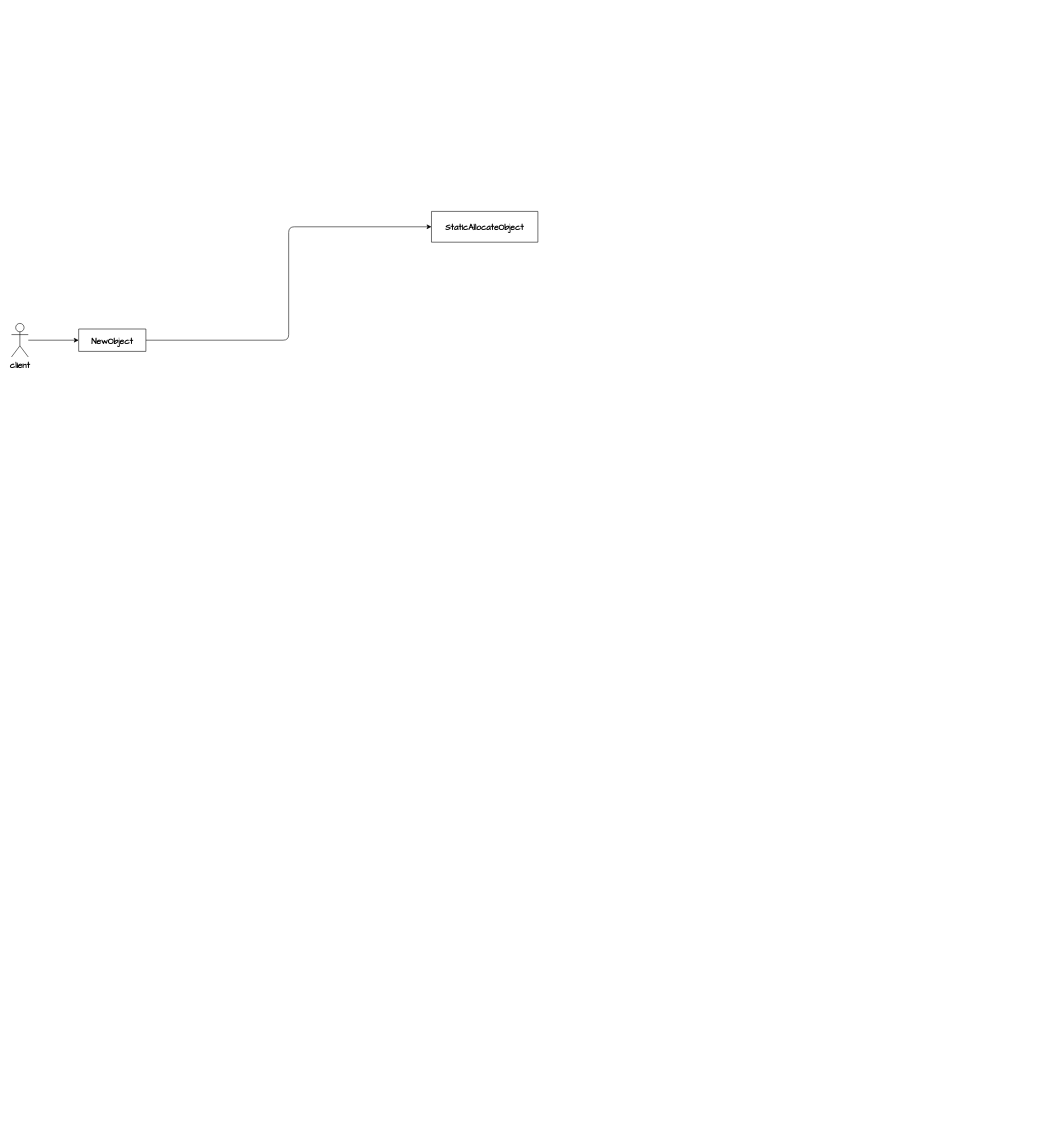
Before: page "生命周期" (13 of 17) of UE-InsightSource.drawio in phileas2020/Notes, a draw.io diagram. Source tidied: cells renumbered, new cells numbered last; positions are measured from the earlier drawing's top-left corner, leaving out a move shared by most shapes. Both pictures are drawn from the tidied source at 56%, with x=0, y=0 at pixel (11, 211).
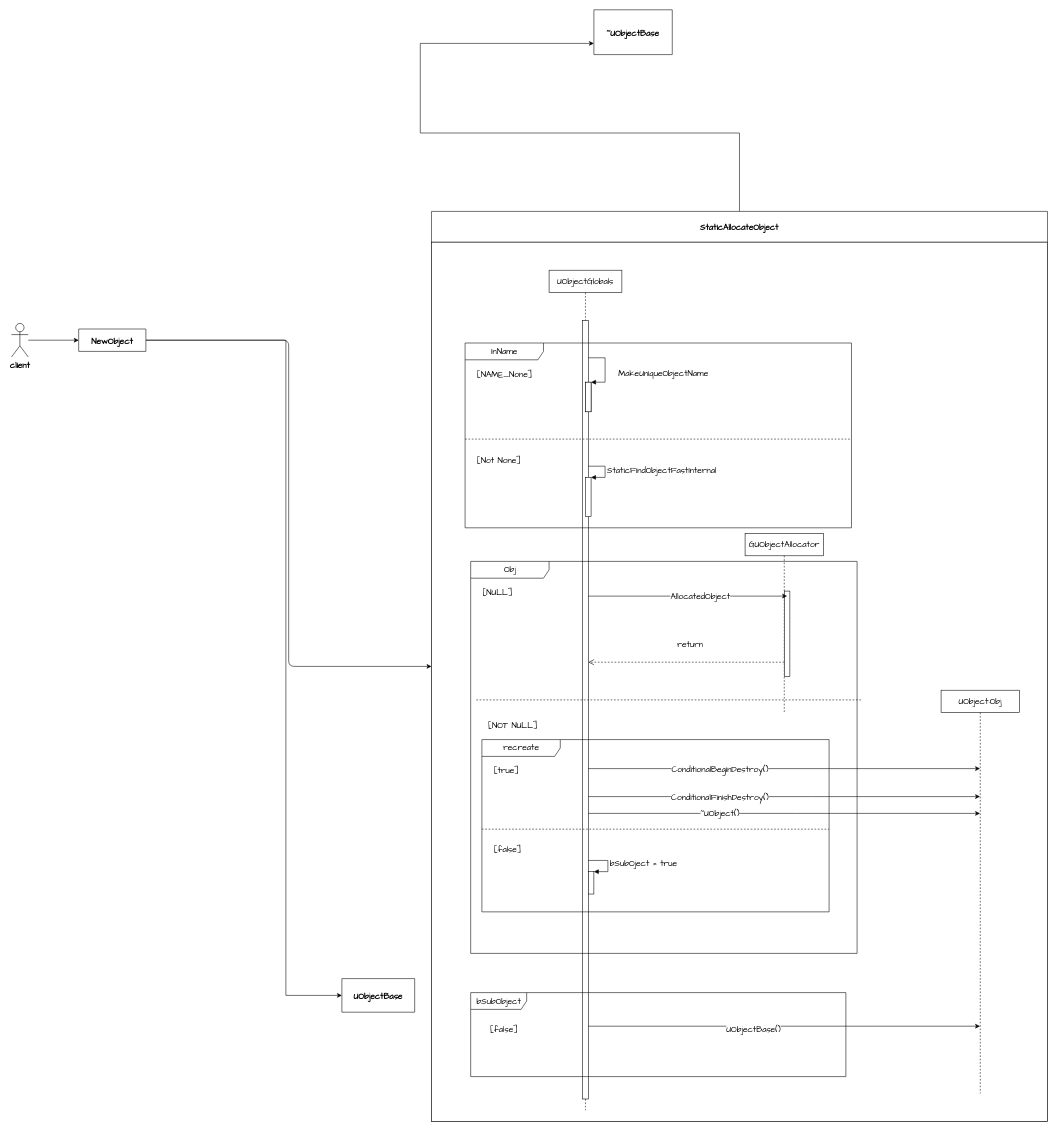
The same page after the edit.

Unchanged cells that the change refers to:
```xml
<mxCell id="5" value="NewObject" style="swimlane;fontFamily=Comic Sans MS;fontSize=15;startSize=40;" parent="1" vertex="1" collapsed="1">
  <mxGeometry x="120" y="210" width="120" height="40" as="geometry" />
</mxCell>
```

Change to the diagram source:
```diff
@@
+    <mxCell id="7" style="edgeStyle=orthogonalEdgeStyle;rounded=0;jettySize=auto;html=1;entryX=0;entryY=0.5;entryDx=0;entryDy=0;fontFamily=Comic Sans MS;fontSize=15;endArrow=classic;endFill=1;endSize=6;" parent="1" edge="1" source="5" target="8">
+      <mxGeometry relative="1" as="geometry">
+        <Array as="points">
+          <mxPoint x="490" y="230" />
+          <mxPoint x="490" y="1400" />
+        </Array>
+      </mxGeometry>
+    </mxCell>
@@
+    <mxCell id="8" value="UObjectBase" style="swimlane;fontFamily=Comic Sans MS;fontSize=15;startSize=60;" parent="1" vertex="1" collapsed="1">
+      <mxGeometry x="590" y="1370" width="130" height="60" as="geometry" />
+    </mxCell>
+    <mxCell id="9" style="edgeStyle=orthogonalEdgeStyle;rounded=0;jettySize=auto;html=1;entryX=0;entryY=0.75;entryDx=0;entryDy=0;fontFamily=Comic Sans MS;fontSize=15;endArrow=classic;endFill=1;endSize=6;" parent="1" edge="1" source="6" target="46">
+      <mxGeometry relative="1" as="geometry" />
+    </mxCell>
-    <mxCell id="6" value="StaticAllocateObject" style="swimlane;fontFamily=Comic Sans MS;fontSize=15;startSize=55;" parent="1" vertex="1" collapsed="1">
-      <mxGeometry x="750" width="190" height="55" as="geometry" />
+    <mxCell id="6" value="StaticAllocateObject" style="swimlane;fontFamily=Comic Sans MS;fontSize=15;startSize=55;" parent="1" vertex="1">
+      <mxGeometry x="750" width="1100" height="1625" as="geometry" />
     </mxCell>
+    <mxCell id="10" style="group;" parent="6" vertex="1">
+      <mxGeometry y="55" width="1100" height="1570" as="geometry" />
+    </mxCell>
+    <mxCell id="11" style="rounded=0;whiteSpace=wrap;html=1;fontFamily=Comic Sans MS;fontSize=15;" parent="10" vertex="1">
+      <mxGeometry width="1100" height="1570" as="geometry" />
+    </mxCell>
+    <mxCell id="12" value="GUObjectAllocator" style="shape=umlLifeline;perimeter=lifelinePerimeter;whiteSpace=wrap;html=1;fontFamily=Comic Sans MS;fontSize=15;" parent="10" vertex="1">
+      <mxGeometry x="560" y="520" width="140" height="320" as="geometry" />
+    </mxCell>
+    <mxCell id="13" value="UObjectGlobals" style="shape=umlLifeline;perimeter=lifelinePerimeter;whiteSpace=wrap;html=1;fontFamily=Comic Sans MS;fontSize=15;" parent="10" vertex="1">
+      <mxGeometry x="210" y="50" width="130" height="1500" as="geometry" />
+    </mxCell>
+    <mxCell id="14" style="html=1;points=[];perimeter=orthogonalPerimeter;fontFamily=Comic Sans MS;fontSize=15;" parent="13" vertex="1">
+      <mxGeometry x="60" y="90" width="10" height="1390" as="geometry" />
+    </mxCell>
+    <mxCell id="15" value="InName" style="shape=umlFrame;tabWidth=110;tabHeight=30;tabPosition=left;html=1;boundedLbl=1;labelInHeader=1;width=140;height=30;fontFamily=Comic Sans MS;fontSize=15;" parent="10" vertex="1">
+      <mxGeometry x="60" y="180" width="690" height="330" as="geometry" />
+    </mxCell>
+    <mxCell id="16" value="[NAME_None]" style="text;fontFamily=Comic Sans MS;fontSize=15;" parent="15" vertex="1">
+      <mxGeometry width="100" height="20" relative="1" as="geometry">
+        <mxPoint x="20" y="40" as="offset" />
+      </mxGeometry>
+    </mxCell>
+    <mxCell id="17" value="[Not None]" style="line;strokeWidth=1;dashed=1;labelPosition=center;verticalLabelPosition=bottom;align=left;verticalAlign=top;spacingLeft=20;spacingTop=15;fontFamily=Comic Sans MS;fontSize=15;" parent="15" vertex="1">
+      <mxGeometry y="165" width="690" height="13.2" as="geometry" />
+    </mxCell>
+    <mxCell id="18" style="html=1;points=[];perimeter=orthogonalPerimeter;fontFamily=Comic Sans MS;fontSize=15;" parent="15" vertex="1">
+      <mxGeometry x="215" y="70" width="10" height="52.8" as="geometry" />
+    </mxCell>
+    <mxCell id="19" value="MakeUniqueObjectName" style="edgeStyle=orthogonalEdgeStyle;html=1;align=left;spacingLeft=2;endArrow=block;rounded=0;entryX=1;entryY=0;fontFamily=Comic Sans MS;fontSize=15;" parent="15" edge="1" target="18">
+      <mxGeometry x="0.2" y="20" relative="1" as="geometry">
+        <mxPoint x="220" y="26.4" as="sourcePoint" />
+        <Array as="points">
+          <mxPoint x="250" y="26" />
+          <mxPoint x="250" y="70" />
+        </Array>
+      </mxGeometry>
+    </mxCell>
+    <mxCell id="20" style="html=1;points=[];perimeter=orthogonalPerimeter;fontFamily=Comic Sans MS;fontSize=15;" parent="15" vertex="1">
+      <mxGeometry x="215" y="240" width="10" height="70" as="geometry" />
+    </mxCell>
+    <mxCell id="21" value="StaticFindObjectFastInternal" style="edgeStyle=orthogonalEdgeStyle;html=1;align=left;spacingLeft=2;endArrow=block;rounded=0;entryX=1;entryY=0;fontFamily=Comic Sans MS;fontSize=15;" parent="15" edge="1" target="20">
+      <mxGeometry relative="1" as="geometry">
+        <mxPoint x="220" y="220" as="sourcePoint" />
+        <Array as="points">
+          <mxPoint x="250" y="220" />
+        </Array>
+      </mxGeometry>
+    </mxCell>
+    <mxCell id="22" style="html=1;perimeter=orthogonalPerimeter;fontFamily=Comic Sans MS;fontSize=15;" parent="15" vertex="1">
+      <mxGeometry x="215" y="70" width="10" height="52.8" as="geometry" />
+    </mxCell>
+    <mxCell id="23" value="Obj" style="shape=umlFrame;tabWidth=110;tabHeight=30;tabPosition=left;html=1;boundedLbl=1;labelInHeader=1;width=140;height=30;fontFamily=Comic Sans MS;fontSize=15;" parent="10" vertex="1">
+      <mxGeometry x="70" y="570" width="690" height="700" as="geometry" />
+    </mxCell>
+    <mxCell id="24" value="[NULL]" style="text;fontFamily=Comic Sans MS;fontSize=15;" parent="23" vertex="1">
+      <mxGeometry width="100" height="20" relative="1" as="geometry">
+        <mxPoint x="20" y="40" as="offset" />
+      </mxGeometry>
+    </mxCell>
+    <mxCell id="25" value="[NOT NULL]" style="line;strokeWidth=1;dashed=1;labelPosition=center;verticalLabelPosition=bottom;align=left;verticalAlign=top;spacingLeft=20;spacingTop=15;fontFamily=Comic Sans MS;fontSize=15;" parent="23" vertex="1">
+      <mxGeometry x="10" y="233.3" width="690" height="28" as="geometry" />
+    </mxCell>
+    <mxCell id="26" style="html=1;perimeter=orthogonalPerimeter;fontFamily=Comic Sans MS;fontSize=15;" parent="23" vertex="1">
+      <mxGeometry x="560" y="53" width="10" height="152.7" as="geometry" />
+    </mxCell>
+    <mxCell id="27" value="recreate" style="shape=umlFrame;tabWidth=110;tabHeight=30;tabPosition=left;html=1;boundedLbl=1;labelInHeader=1;width=140;height=30;fontFamily=Comic Sans MS;fontSize=15;" parent="23" vertex="1">
+      <mxGeometry x="20" y="318.2" width="620" height="307.6" as="geometry" />
+    </mxCell>
+    <mxCell id="28" value="[true]" style="text;fontFamily=Comic Sans MS;fontSize=15;" parent="27" vertex="1">
+      <mxGeometry width="100" height="20" relative="1" as="geometry">
+        <mxPoint x="20" y="40" as="offset" />
+      </mxGeometry>
+    </mxCell>
+    <mxCell id="29" value="[false]" style="line;strokeWidth=1;dashed=1;labelPosition=center;verticalLabelPosition=bottom;align=left;verticalAlign=top;spacingLeft=20;spacingTop=15;fontFamily=Comic Sans MS;fontSize=15;" parent="27" vertex="1">
+      <mxGeometry y="153.8" width="620" height="12.3" as="geometry" />
+    </mxCell>
+    <mxCell id="30" style="html=1;points=[];perimeter=orthogonalPerimeter;fontFamily=Comic Sans MS;fontSize=15;" parent="27" vertex="1">
+      <mxGeometry x="190" y="235.8" width="10" height="40" as="geometry" />
+    </mxCell>
+    <mxCell id="31" value="bSubOject = true" style="edgeStyle=orthogonalEdgeStyle;html=1;align=left;spacingLeft=2;endArrow=block;rounded=0;entryX=1;entryY=0;fontFamily=Comic Sans MS;fontSize=15;" parent="27" edge="1" target="30">
+      <mxGeometry relative="1" as="geometry">
+        <mxPoint x="190" y="215.8" as="sourcePoint" />
+        <Array as="points">
+          <mxPoint x="225" y="215.8" />
+        </Array>
+      </mxGeometry>
+    </mxCell>
+    <mxCell id="32" value="return" style="html=1;verticalAlign=bottom;endArrow=open;dashed=1;endSize=8;rounded=0;fontFamily=Comic Sans MS;fontSize=15;edgeStyle=orthogonalEdgeStyle;" parent="10" edge="1">
+      <mxGeometry x="-0.04" y="-20" relative="1" as="geometry">
+        <mxPoint x="630" y="750" as="sourcePoint" />
+        <mxPoint x="280" y="750" as="targetPoint" />
+        <Array as="points">
+          <mxPoint x="630" y="750" />
+          <mxPoint x="280" y="750" />
+        </Array>
+      </mxGeometry>
+    </mxCell>
+    <mxCell id="33" style="edgeStyle=orthogonalEdgeStyle;rounded=0;jettySize=auto;html=1;fontFamily=Comic Sans MS;fontSize=15;" parent="10" edge="1" source="14">
+      <mxGeometry relative="1" as="geometry">
+        <mxPoint x="635" y="632" as="targetPoint" />
+        <Array as="points">
+          <mxPoint x="580" y="632" />
+          <mxPoint x="580" y="632" />
+        </Array>
+      </mxGeometry>
+    </mxCell>
+    <mxCell id="34" value="AllocatedObject" style="edgeLabel;html=1;align=center;verticalAlign=middle;fontSize=15;fontFamily=Comic Sans MS;" parent="33" vertex="1">
+      <mxGeometry x="0.12" y="1" relative="1" as="geometry" />
+    </mxCell>
+    <mxCell id="35" value="UObject:Obj" style="shape=umlLifeline;perimeter=lifelinePerimeter;whiteSpace=wrap;html=1;outlineConnect=0;fontFamily=Comic Sans MS;fontSize=15;" parent="10" vertex="1">
+      <mxGeometry x="910" y="800" width="140" height="720" as="geometry" />
+    </mxCell>
+    <mxCell id="36" style="edgeStyle=orthogonalEdgeStyle;rounded=0;jettySize=auto;html=1;fontFamily=Comic Sans MS;fontSize=15;" parent="10" edge="1" source="14" target="35">
+      <mxGeometry relative="1" as="geometry">
+        <Array as="points">
+          <mxPoint x="500" y="940" />
+          <mxPoint x="500" y="940" />
+        </Array>
+      </mxGeometry>
+    </mxCell>
+    <mxCell id="37" value="ConditionalBeginDestroy()" style="edgeLabel;html=1;align=center;verticalAlign=middle;fontSize=15;fontFamily=Comic Sans MS;" parent="36" vertex="1">
+      <mxGeometry x="-0.33" relative="1" as="geometry" />
+    </mxCell>
+    <mxCell id="38" style="edgeStyle=orthogonalEdgeStyle;rounded=0;jettySize=auto;html=1;fontFamily=Comic Sans MS;fontSize=15;" parent="10" edge="1" source="14" target="35">
+      <mxGeometry relative="1" as="geometry">
+        <Array as="points">
+          <mxPoint x="680" y="990" />
+          <mxPoint x="680" y="990" />
+        </Array>
+      </mxGeometry>
+    </mxCell>
+    <mxCell id="39" value="ConditionalFinishDestroy()" style="edgeLabel;html=1;align=center;verticalAlign=middle;fontSize=15;fontFamily=Comic Sans MS;" parent="38" vertex="1">
+      <mxGeometry x="-0.33" relative="1" as="geometry" />
+    </mxCell>
+    <mxCell id="40" style="edgeStyle=orthogonalEdgeStyle;rounded=0;jettySize=auto;html=1;fontFamily=Comic Sans MS;fontSize=15;" parent="10" edge="1" source="14" target="35">
+      <mxGeometry relative="1" as="geometry">
+        <Array as="points">
+          <mxPoint x="650" y="1020" />
+          <mxPoint x="650" y="1020" />
+        </Array>
+      </mxGeometry>
+    </mxCell>
+    <mxCell id="41" value="~UObject()" style="edgeLabel;html=1;align=center;verticalAlign=middle;fontSize=15;fontFamily=Comic Sans MS;" parent="40" vertex="1">
+      <mxGeometry x="-0.33" relative="1" as="geometry" />
+    </mxCell>
+    <mxCell id="42" value="bSubObject" style="shape=umlFrame;tabPosition=left;html=1;boundedLbl=1;labelInHeader=1;width=100;height=30;fontFamily=Comic Sans MS;fontSize=15;" parent="10" vertex="1">
+      <mxGeometry x="70" y="1340" width="670" height="150" as="geometry" />
+    </mxCell>
+    <mxCell id="43" value="[false]" style="text;align=center;fontFamily=Comic Sans MS;fontSize=15;" parent="42" vertex="1">
+      <mxGeometry width="100" height="20" relative="1" as="geometry">
+        <mxPoint x="10" y="50" as="offset" />
+      </mxGeometry>
+    </mxCell>
+    <mxCell id="44" style="edgeStyle=orthogonalEdgeStyle;rounded=0;jettySize=auto;html=1;fontFamily=Comic Sans MS;fontSize=15;" parent="10" edge="1" source="14" target="35">
+      <mxGeometry relative="1" as="geometry">
+        <Array as="points">
+          <mxPoint x="790" y="1400" />
+          <mxPoint x="790" y="1400" />
+        </Array>
+      </mxGeometry>
+    </mxCell>
+    <mxCell id="45" value="UObjectBase()" style="edgeLabel;html=1;align=center;verticalAlign=middle;fontSize=15;fontFamily=Comic Sans MS;" parent="44" vertex="1">
+      <mxGeometry x="-0.16" y="-4" relative="1" as="geometry" />
+    </mxCell>
+    <mxCell id="46" value="~UObjectBase" style="swimlane;fontFamily=Comic Sans MS;fontSize=15;startSize=80;" parent="1" vertex="1" collapsed="1">
+      <mxGeometry x="1040" y="-360" width="140" height="80" as="geometry" />
+    </mxCell>
```
